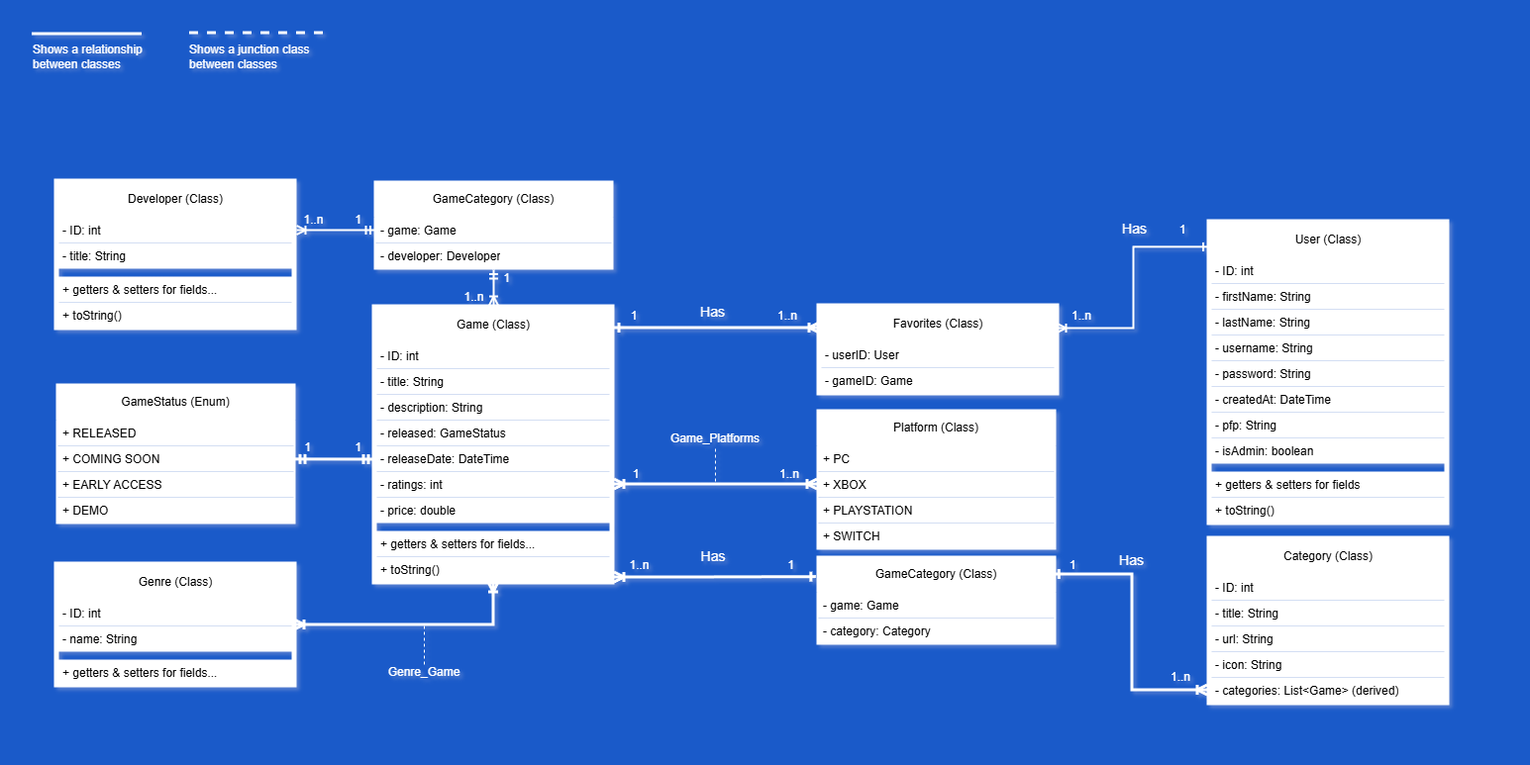
Vixen-codes/group-11 keeps this draw.io diagram as docs/assets/UML.png. Above is the earlier version. Source tidied: cells renumbered, new cells last; positions are measured from the earlier drawing's top-left corner, leaving out a move shared by most shapes.
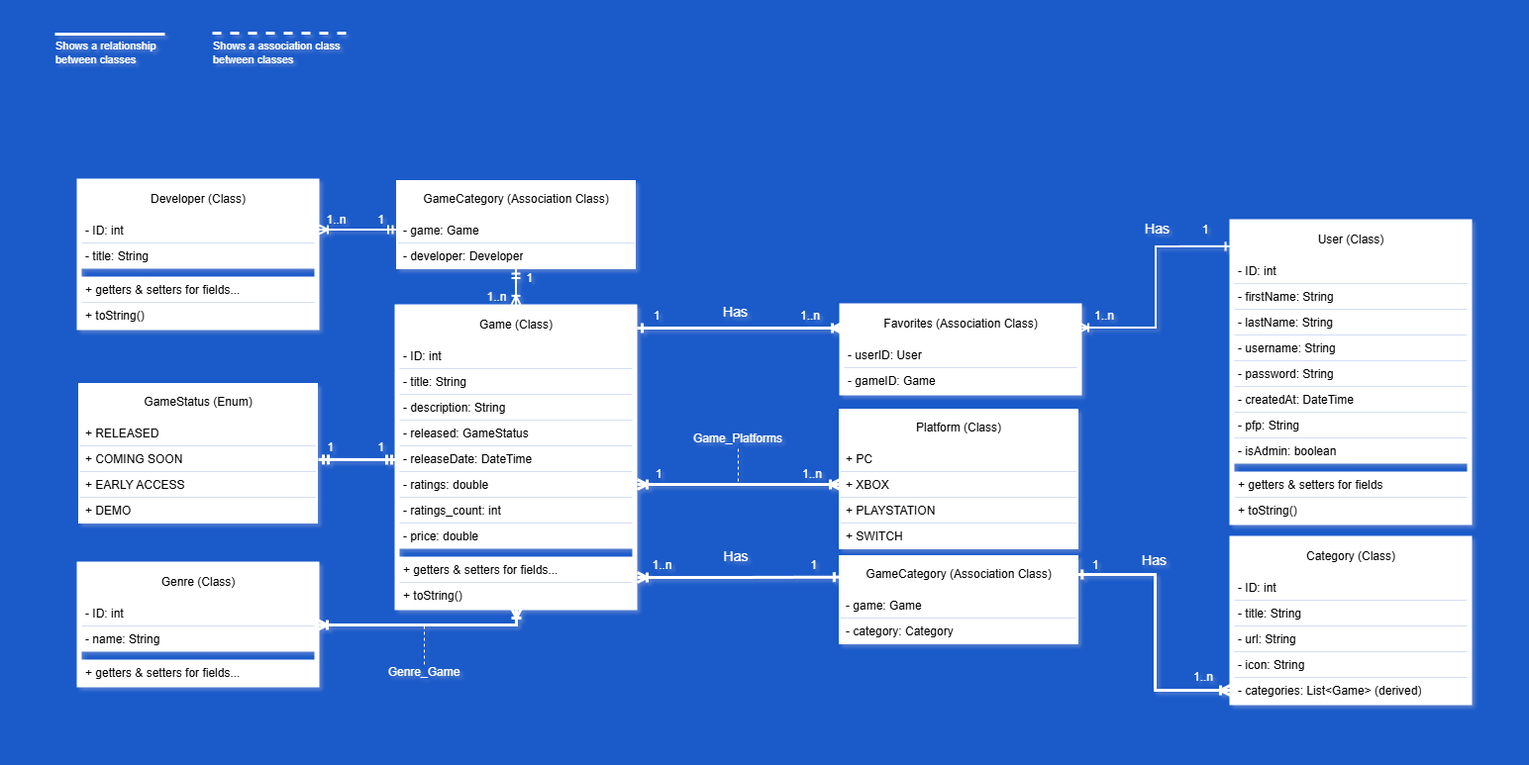
The same diagram one commit later.

The edit, as a diff of the source:
```diff
@@ -3,7 +3,7 @@
     <mxCell id="0" />
     <mxCell id="1" parent="0" />
     <mxCell id="2" style="rounded=1;whiteSpace=wrap;html=1;fillColor=none;strokeColor=none;" parent="1" vertex="1">
-      <mxGeometry width="1533" height="761" as="geometry" />
+      <mxGeometry x="-23" width="1533" height="761" as="geometry" />
     </mxCell>
     <mxCell id="3" style="edgeStyle=orthogonalEdgeStyle;rounded=0;jettySize=auto;html=1;exitX=0.5;exitY=-0.007;exitDx=0;exitDy=0;exitPerimeter=0;startArrow=ERoneToMany;startFill=0;endArrow=ERmandOne;endFill=0;strokeWidth=2;" parent="1" edge="1" source="4">
       <mxGeometry relative="1" as="geometry">
@@ -11,7 +11,7 @@
       </mxGeometry>
     </mxCell>
     <mxCell id="4" value="Game (Class)" style="swimlane;fontStyle=0;horizontal=1;startSize=36;fillColor=light-dark(#FFFFFF,#FFFFFF);whiteSpace=wrap;html=1;fontColor=light-dark(#000000,#000000);strokeWidth=5;perimeterSpacing=0;strokeColor=light-dark(#000000,#FFFFFF);" parent="1" vertex="1">
-      <mxGeometry x="378" y="310" width="240" height="278" as="geometry" />
+      <mxGeometry x="378" y="310" width="240" height="304" as="geometry" />
     </mxCell>
     <mxCell id="5" value="- ID: int" style="text;strokeColor=none;fillColor=light-dark(#FFFFFF,#FFFFFF);align=left;verticalAlign=top;spacingLeft=4;spacingRight=4;overflow=hidden;whiteSpace=wrap;html=1;fontColor=light-dark(#000000,#000000);" parent="4" vertex="1">
       <mxGeometry y="36" width="240" height="26" as="geometry" />
@@ -28,20 +28,23 @@
     <mxCell id="9" value="- releaseDate: DateTime" style="text;strokeColor=none;fillColor=light-dark(#FFFFFF,#FFFFFF);align=left;verticalAlign=top;spacingLeft=4;spacingRight=4;overflow=hidden;whiteSpace=wrap;html=1;fontColor=light-dark(#000000,#000000);" parent="4" vertex="1">
       <mxGeometry y="140" width="240" height="26" as="geometry" />
     </mxCell>
-    <mxCell id="10" value="- ratings: int" style="text;strokeColor=none;fillColor=light-dark(#FFFFFF,#FFFFFF);align=left;verticalAlign=top;spacingLeft=4;spacingRight=4;overflow=hidden;whiteSpace=wrap;html=1;fontColor=light-dark(#000000,#000000);" parent="4" vertex="1">
+    <mxCell id="10" value="- ratings: double" style="text;strokeColor=none;fillColor=light-dark(#FFFFFF,#FFFFFF);align=left;verticalAlign=top;spacingLeft=4;spacingRight=4;overflow=hidden;whiteSpace=wrap;html=1;fontColor=light-dark(#000000,#000000);" parent="4" vertex="1">
       <mxGeometry y="166" width="240" height="26" as="geometry" />
     </mxCell>
+    <mxCell id="99" value="- ratings_count: int" style="text;strokeColor=none;fillColor=light-dark(#FFFFFF,#FFFFFF);align=left;verticalAlign=top;spacingLeft=4;spacingRight=4;overflow=hidden;whiteSpace=wrap;html=1;fontColor=light-dark(#000000,#000000);" parent="4" vertex="1">
+      <mxGeometry y="192" width="240" height="26" as="geometry" />
+    </mxCell>
     <mxCell id="11" value="- price: double" style="text;strokeColor=none;fillColor=light-dark(#FFFFFF,#FFFFFF);align=left;verticalAlign=top;spacingLeft=4;spacingRight=4;overflow=hidden;whiteSpace=wrap;html=1;fontColor=light-dark(#000000,#000000);" parent="4" vertex="1">
-      <mxGeometry y="192" width="240" height="26" as="geometry" />
+      <mxGeometry y="218" width="240" height="26" as="geometry" />
     </mxCell>
     <mxCell id="12" style="line;strokeWidth=10;fillColor=none;align=left;verticalAlign=middle;spacingTop=-1;spacingLeft=3;spacingRight=3;labelPosition=right;strokeColor=none;labelBackgroundColor=none;fontColor=none;noLabel=1;" parent="4" vertex="1">
-      <mxGeometry y="218" width="240" height="8" as="geometry" />
+      <mxGeometry y="244" width="240" height="8" as="geometry" />
     </mxCell>
     <mxCell id="13" value="+ getters &amp;amp; setters for fields..." style="text;strokeColor=none;fillColor=light-dark(#FFFFFF,#FFFFFF);align=left;verticalAlign=top;spacingLeft=4;spacingRight=4;overflow=hidden;whiteSpace=wrap;html=1;fontColor=light-dark(#000000,#000000);" parent="4" vertex="1">
-      <mxGeometry y="226" width="240" height="26" as="geometry" />
+      <mxGeometry y="252" width="240" height="26" as="geometry" />
     </mxCell>
     <mxCell id="14" value="+ toString()" style="text;strokeColor=none;fillColor=light-dark(#FFFFFF,#FFFFFF);align=left;verticalAlign=top;spacingLeft=4;spacingRight=4;overflow=hidden;whiteSpace=wrap;html=1;fontColor=light-dark(#000000,#000000);" parent="4" vertex="1">
-      <mxGeometry y="252" width="240" height="26" as="geometry" />
+      <mxGeometry y="278" width="240" height="26" as="geometry" />
     </mxCell>
     <mxCell id="15" value="Platform (Class)" style="swimlane;fontStyle=0;horizontal=1;startSize=36;fillColor=light-dark(#FFFFFF,#FFFFFF);whiteSpace=wrap;html=1;fontColor=light-dark(#000000,#000000);strokeWidth=2;perimeterSpacing=0;strokeColor=light-dark(#000000,#FFFFFF);" parent="1" vertex="1">
       <mxGeometry x="825" y="414" width="240" height="140" as="geometry" />
@@ -63,7 +66,7 @@
         <mxPoint x="620" y="489" as="sourcePoint" />
       </mxGeometry>
     </mxCell>
-    <mxCell id="21" value="GameCategory (Class)" style="swimlane;fontStyle=0;horizontal=1;startSize=36;fillColor=light-dark(#FFFFFF,#FFFFFF);whiteSpace=wrap;html=1;fontColor=light-dark(#000000,#000000);strokeWidth=2;perimeterSpacing=0;strokeColor=light-dark(#000000,#FFFFFF);" parent="1" vertex="1">
+    <mxCell id="21" value="GameCategory (Association Class)" style="swimlane;fontStyle=0;horizontal=1;startSize=36;fillColor=light-dark(#FFFFFF,#FFFFFF);whiteSpace=wrap;html=1;fontColor=light-dark(#000000,#000000);strokeWidth=2;perimeterSpacing=0;strokeColor=light-dark(#000000,#FFFFFF);" parent="1" vertex="1">
       <mxGeometry x="825" y="562" width="240" height="88" as="geometry" />
     </mxCell>
     <mxCell id="22" value="- game: Game" style="text;strokeColor=none;fillColor=light-dark(#FFFFFF,#FFFFFF);align=left;verticalAlign=top;spacingLeft=4;spacingRight=4;overflow=hidden;whiteSpace=wrap;html=1;fontColor=light-dark(#000000,#000000);" parent="21" vertex="1">
@@ -134,7 +137,7 @@
     <mxCell id="40" value="1" style="text;html=1;whiteSpace=wrap;strokeColor=none;fillColor=none;align=center;verticalAlign=middle;rounded=0;" parent="1" vertex="1">
       <mxGeometry x="1077" y="563.5" width="12" height="15" as="geometry" />
     </mxCell>
-    <mxCell id="41" value="Favorites (Class)" style="swimlane;fontStyle=0;horizontal=1;startSize=36;fillColor=light-dark(#FFFFFF,#FFFFFF);whiteSpace=wrap;html=1;fontColor=light-dark(#000000,#000000);strokeWidth=5;perimeterSpacing=0;strokeColor=light-dark(#000000,#FFFFFF);" parent="1" vertex="1">
+    <mxCell id="41" value="Favorites (Association Class)" style="swimlane;fontStyle=0;horizontal=1;startSize=36;fillColor=light-dark(#FFFFFF,#FFFFFF);whiteSpace=wrap;html=1;fontColor=light-dark(#000000,#000000);strokeWidth=5;perimeterSpacing=0;strokeColor=light-dark(#000000,#FFFFFF);" parent="1" vertex="1">
       <mxGeometry x="827" y="309" width="240" height="88" as="geometry" />
     </mxCell>
     <mxCell id="42" value="- userID: User" style="text;strokeColor=none;fillColor=light-dark(#FFFFFF,#FFFFFF);align=left;verticalAlign=top;spacingLeft=4;spacingRight=4;overflow=hidden;whiteSpace=wrap;html=1;fontColor=light-dark(#000000,#000000);" parent="41" vertex="1">
@@ -255,7 +258,7 @@
     <mxCell id="78" value="+ toString()" style="text;strokeColor=none;fillColor=light-dark(#FFFFFF,#FFFFFF);align=left;verticalAlign=top;spacingLeft=4;spacingRight=4;overflow=hidden;whiteSpace=wrap;html=1;fontColor=light-dark(#000000,#000000);" parent="73" vertex="1">
       <mxGeometry y="122" width="240" height="26" as="geometry" />
     </mxCell>
-    <mxCell id="79" value="GameCategory (Class)" style="swimlane;fontStyle=0;horizontal=1;startSize=36;fillColor=light-dark(#FFFFFF,#FFFFFF);whiteSpace=wrap;html=1;fontColor=light-dark(#000000,#000000);strokeWidth=2;perimeterSpacing=0;strokeColor=light-dark(#000000,#FFFFFF);" parent="1" vertex="1">
+    <mxCell id="79" value="GameCategory (Association Class)" style="swimlane;fontStyle=0;horizontal=1;startSize=36;fillColor=light-dark(#FFFFFF,#FFFFFF);whiteSpace=wrap;html=1;fontColor=light-dark(#000000,#000000);strokeWidth=2;perimeterSpacing=0;strokeColor=light-dark(#000000,#FFFFFF);" parent="1" vertex="1">
       <mxGeometry x="378" y="183" width="240" height="88" as="geometry" />
     </mxCell>
     <mxCell id="80" value="- game: Game" style="text;strokeColor=none;fillColor=light-dark(#FFFFFF,#FFFFFF);align=left;verticalAlign=top;spacingLeft=4;spacingRight=4;overflow=hidden;points=[[0,0.5],[1,0.5]];portConstraint=eastwest;whiteSpace=wrap;html=1;fontColor=light-dark(#000000,#000000);" parent="79" vertex="1">
@@ -282,7 +285,11 @@
       <mxGeometry x="354" y="214" width="15" height="16" as="geometry" />
     </mxCell>
     <mxCell id="87" style="edgeStyle=orthogonalEdgeStyle;rounded=0;jettySize=auto;html=1;exitX=1;exitY=0.5;exitDx=0;exitDy=0;entryX=0.5;entryY=1;entryDx=0;entryDy=0;startArrow=ERoneToMany;startFill=0;endArrow=ERoneToMany;endFill=0;strokeWidth=3;" parent="1" edge="1" source="88" target="4">
-      <mxGeometry relative="1" as="geometry" />
+      <mxGeometry relative="1" as="geometry">
+        <Array as="points">
+          <mxPoint x="498" y="631" />
+        </Array>
+      </mxGeometry>
     </mxCell>
     <mxCell id="88" value="Genre (Class)" style="swimlane;fontStyle=0;horizontal=1;startSize=36;fillColor=light-dark(#FFFFFF,#FFFFFF);whiteSpace=wrap;html=1;fontColor=light-dark(#000000,#000000);strokeWidth=5;perimeterSpacing=0;strokeColor=light-dark(#000000,#FFFFFF);" parent="1" vertex="1">
       <mxGeometry x="57" y="570" width="240" height="122" as="geometry" />
@@ -301,11 +308,11 @@
     </mxCell>
     <mxCell id="93" style="edgeStyle=orthogonalEdgeStyle;rounded=0;jettySize=auto;html=1;exitX=0.5;exitY=0;exitDx=0;exitDy=0;startArrow=none;startFill=0;endArrow=none;endFill=0;strokeWidth=1;dashed=1;" parent="1" edge="1" source="94">
       <mxGeometry relative="1" as="geometry">
-        <mxPoint x="428" y="630" as="targetPoint" />
+        <mxPoint x="405" y="630" as="targetPoint" />
       </mxGeometry>
     </mxCell>
     <mxCell id="94" value="Genre_Game" style="text;html=1;whiteSpace=wrap;strokeColor=none;fillColor=none;align=center;verticalAlign=middle;rounded=0;fontSize=12;" parent="1" vertex="1">
-      <mxGeometry x="369" y="671" width="118" height="16" as="geometry" />
+      <mxGeometry x="346" y="671" width="118" height="16" as="geometry" />
     </mxCell>
     <mxCell id="95" style="endArrow=none;html=1;rounded=0;strokeWidth=3;" parent="1" edge="1">
       <mxGeometry relative="1" as="geometry">
@@ -313,8 +320,8 @@
         <mxPoint x="143" y="34" as="targetPoint" />
       </mxGeometry>
     </mxCell>
-    <mxCell id="96" value="Shows a relationship between classes" style="text;html=1;whiteSpace=wrap;strokeColor=none;fillColor=none;align=left;verticalAlign=middle;rounded=0;" parent="1" vertex="1">
-      <mxGeometry x="31" y="42" width="136" height="30" as="geometry" />
+    <mxCell id="96" value="Shows a relationship between classes" style="text;html=1;whiteSpace=wrap;strokeColor=none;fillColor=none;align=left;verticalAlign=middle;rounded=0;fontSize=11;" parent="1" vertex="1">
+      <mxGeometry x="31" y="38" width="136" height="30" as="geometry" />
     </mxCell>
     <mxCell id="97" style="endArrow=none;html=1;rounded=0;strokeWidth=3;dashed=1;" parent="1" edge="1">
       <mxGeometry relative="1" as="geometry">
@@ -322,8 +329,8 @@
         <mxPoint x="328" y="33" as="targetPoint" />
       </mxGeometry>
     </mxCell>
-    <mxCell id="98" value="Shows a junction class&lt;div&gt;between classes&lt;/div&gt;" style="text;html=1;whiteSpace=wrap;strokeColor=none;fillColor=none;align=left;verticalAlign=middle;rounded=0;" parent="1" vertex="1">
-      <mxGeometry x="189" y="42" width="136" height="30" as="geometry" />
+    <mxCell id="98" value="Shows a association class&lt;div&gt;between classes&lt;/div&gt;" style="text;html=1;whiteSpace=wrap;strokeColor=none;fillColor=none;align=left;verticalAlign=middle;rounded=0;fontSize=11;" parent="1" vertex="1">
+      <mxGeometry x="190" y="38" width="147" height="30" as="geometry" />
     </mxCell>
   </root>
 </mxGraphModel>
```
